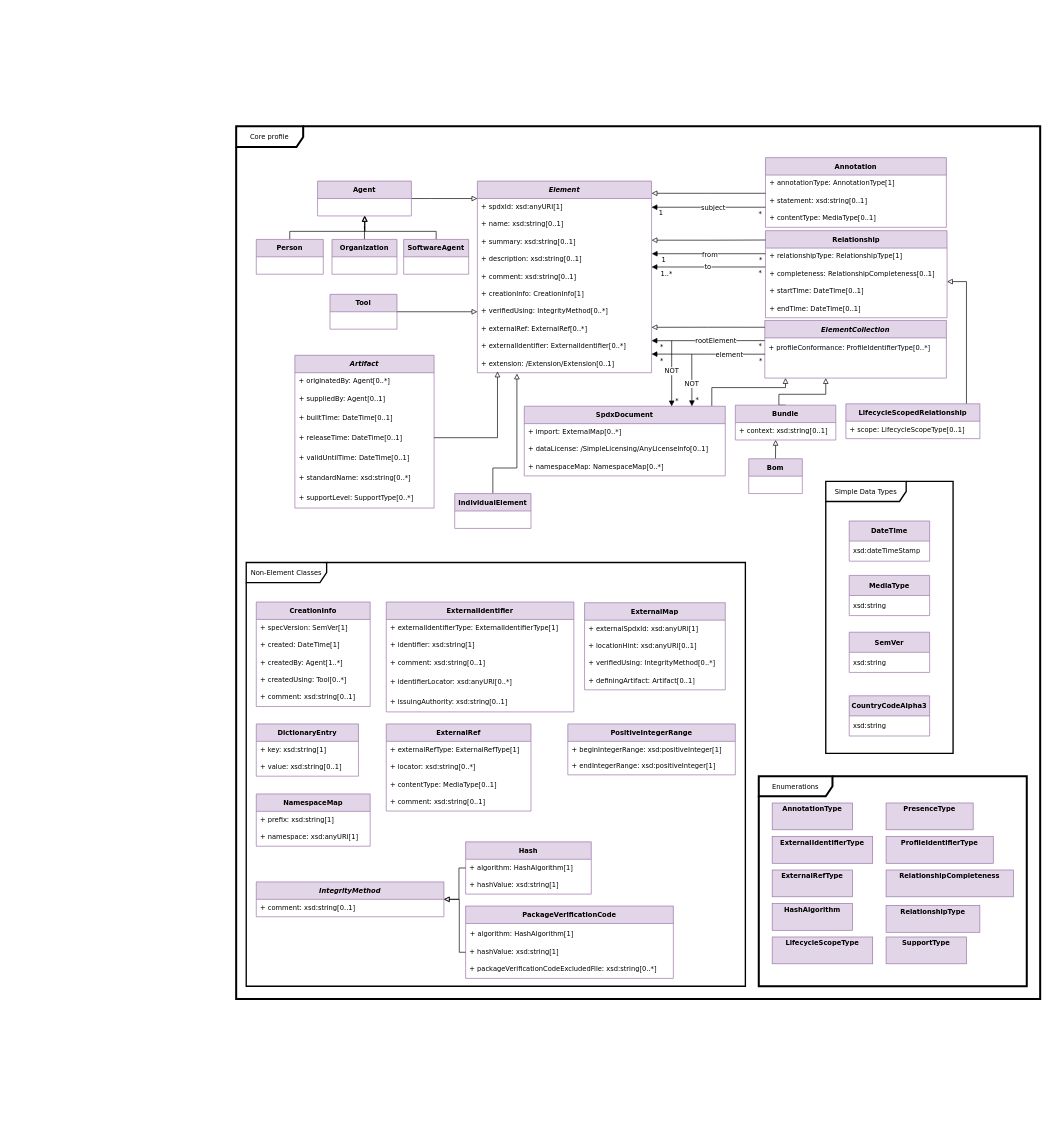
The draw.io diagram page "Core" (1 of 9) of docs/model.drawio in spdx/spdx-3-model, before the edit. Source tidied: cells renumbered, new cells numbered last; positions are measured from the earlier drawing's top-left corner, leaving out a move shared by most shapes. Both pictures are drawn from the tidied source at 67%, with x=0, y=0 at pixel (236, 126).
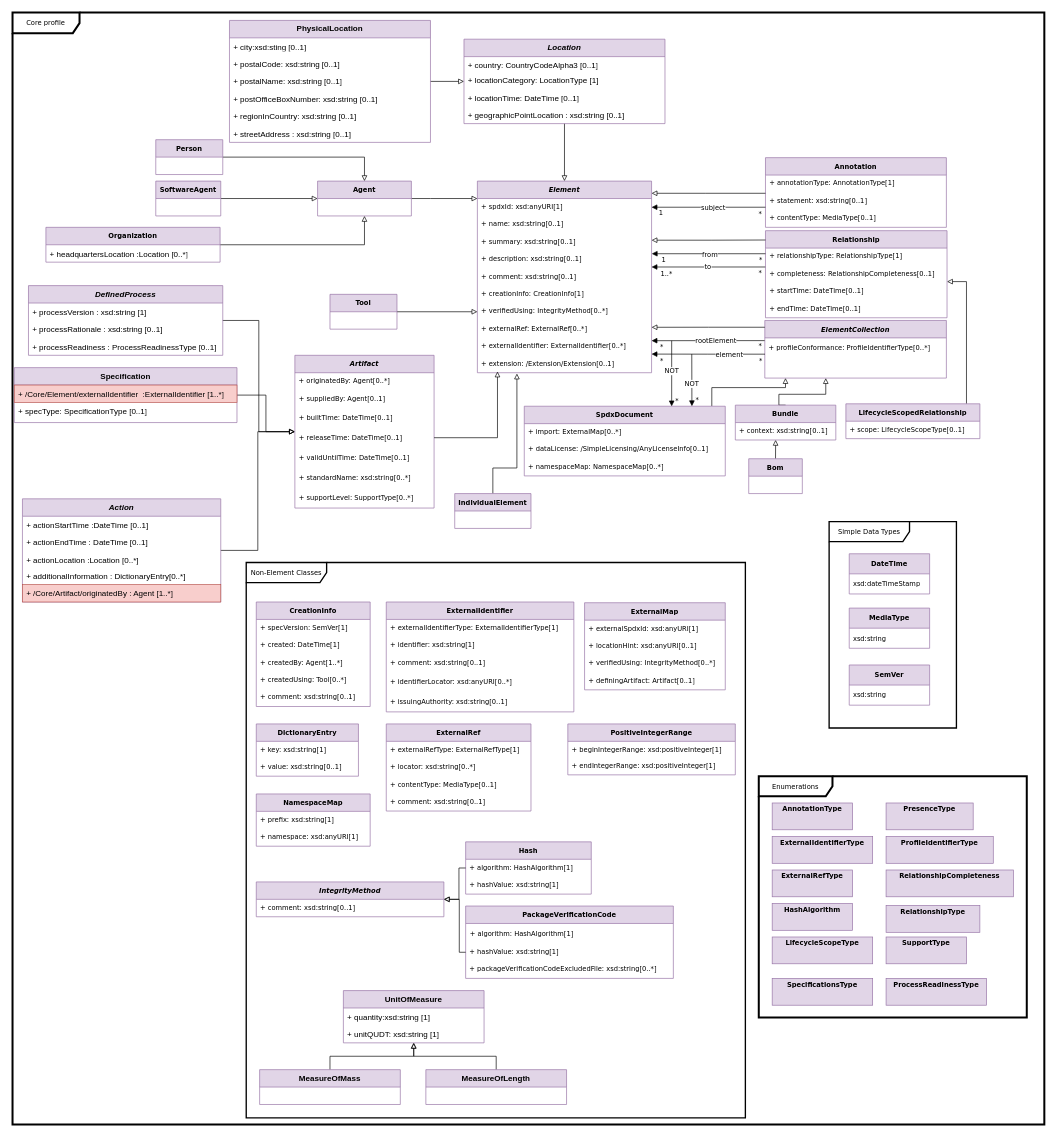
The same diagram, later.

Commit message:
set drawio to version from hardware-8e02304

Unchanged cells that the change refers to:
```xml
<mxCell id="4" value="Element" style="swimlane;fontStyle=3;horizontal=1;startSize=26;fillColor=#e1d5e7;strokeColor=#9673a6;fontFamily=Verdana;fontSize=10;" parent="1" vertex="1">
  <mxGeometry x="360" y="81.8" width="260" height="286" as="geometry" />
</mxCell>
<mxCell id="15" value="Artifact" style="swimlane;fontStyle=3;horizontal=1;startSize=26;fillColor=#e1d5e7;strokeColor=#9673a6;fontFamily=Verdana;fontSize=10;" parent="1" vertex="1">
  <mxGeometry x="87.6" y="341.8" width="207.8" height="228" as="geometry" />
</mxCell>
<mxCell id="73" value="Agent" style="swimlane;fontStyle=1;horizontal=1;startSize=26;fillColor=#e1d5e7;labelBackgroundColor=none;strokeColor=#9673a6;fontFamily=Verdana;fontSize=10;" parent="1" vertex="1">
  <mxGeometry x="121.5" y="81.8" width="140" height="52" as="geometry" />
</mxCell>
```

What changed in the source:
```diff
@@
     <mxCell id="2" value="Core profile" style="shape=umlFrame;whiteSpace=wrap;html=1;width=100;height=31;strokeWidth=3;fontFamily=Verdana;fontSize=10;" parent="1" vertex="1">
-      <mxGeometry width="1200" height="1302.5" as="geometry" />
+      <mxGeometry x="-333.8" y="-170" width="1540" height="1660" as="geometry" />
     </mxCell>
     <mxCell id="3" value="Simple Data Types" style="shape=umlFrame;whiteSpace=wrap;html=1;width=120;height=30;strokeWidth=2;fontFamily=Verdana;fontSize=10;fontStyle=0;" parent="1" vertex="1">
-      <mxGeometry x="880" y="530" width="190" height="406" as="geometry" />
+      <mxGeometry x="885" y="590" width="190" height="308" as="geometry" />
     </mxCell>
@@
-    <mxCell id="74" style="edgeStyle=orthogonalEdgeStyle;rounded=0;jettySize=auto;html=1;endArrow=block;endFill=0;fontFamily=Verdana;fontSize=10;" parent="1" edge="1" source="75" target="73">
-      <mxGeometry relative="1" as="geometry">
-        <Array as="points">
-          <mxPoint x="80" y="156.8" />
-          <mxPoint x="192" y="156.8" />
-        </Array>
-      </mxGeometry>
+    <mxCell id="74" style="edgeStyle=orthogonalEdgeStyle;rounded=0;jettySize=auto;html=1;endArrow=block;endFill=0;" parent="1" edge="1" source="75" target="73">
+      <mxGeometry relative="1" as="geometry" />
     </mxCell>
     <mxCell id="75" value="Person" style="swimlane;fontStyle=1;horizontal=1;startSize=26;fillColor=#e1d5e7;labelBackgroundColor=none;strokeColor=#9673a6;fontFamily=Verdana;fontSize=10;" parent="1" vertex="1">
-      <mxGeometry x="30" y="168.8" width="100" height="52" as="geometry" />
+      <mxGeometry x="-120" y="20" width="100" height="52" as="geometry" />
     </mxCell>
@@
     <mxCell id="77" value="Organization" style="swimlane;fontStyle=1;horizontal=1;startSize=26;fillColor=#e1d5e7;labelBackgroundColor=none;strokeColor=#9673a6;fontFamily=Verdana;fontSize=10;" parent="1" vertex="1">
-      <mxGeometry x="143" y="168.8" width="97" height="52" as="geometry" />
+      <mxGeometry x="-284" y="150.8" width="260" height="52" as="geometry" />
     </mxCell>
+    <mxCell id="153" value="&lt;span class=&quot;blob-code-inner blob-code-marker&quot;&gt;+ headquartersLocation :Location [0..*]&lt;/span&gt;" style="text;align=left;verticalAlign=top;spacingLeft=4;spacingRight=4;overflow=hidden;whiteSpace=wrap;html=1;" parent="77" vertex="1">
+      <mxGeometry y="26" width="260" height="26" as="geometry" />
+    </mxCell>
     <mxCell id="78" value="Non-Element Classes" style="shape=umlFrame;whiteSpace=wrap;html=1;width=120;height=30;strokeWidth=2;fontFamily=Verdana;fontSize=10;" parent="1" vertex="1">
-      <mxGeometry x="15" y="651" width="745" height="632.5" as="geometry" />
+      <mxGeometry x="15" y="651" width="745" height="829" as="geometry" />
     </mxCell>
@@
-    <mxCell id="113" style="edgeStyle=orthogonalEdgeStyle;rounded=0;jettySize=auto;html=1;endArrow=block;endFill=0;fontFamily=Verdana;fontSize=10;" parent="1" edge="1" source="114" target="73">
-      <mxGeometry relative="1" as="geometry">
-        <Array as="points">
-          <mxPoint x="299" y="156.8" />
-          <mxPoint x="192" y="156.8" />
-        </Array>
-      </mxGeometry>
+    <mxCell id="113" style="edgeStyle=orthogonalEdgeStyle;rounded=0;jettySize=auto;html=1;endArrow=block;endFill=0;" parent="1" edge="1" source="114" target="73">
+      <mxGeometry relative="1" as="geometry" />
     </mxCell>
     <mxCell id="114" value="SoftwareAgent" style="swimlane;fontStyle=1;horizontal=1;startSize=26;fillColor=#e1d5e7;labelBackgroundColor=none;strokeColor=#9673a6;fontFamily=Verdana;fontSize=10;" parent="1" vertex="1">
-      <mxGeometry x="250" y="168.8" width="97" height="52" as="geometry" />
+      <mxGeometry x="-120" y="81.8" width="97" height="52" as="geometry" />
     </mxCell>
@@
     <mxCell id="131" value="Enumerations" style="shape=umlFrame;whiteSpace=wrap;html=1;width=110;height=30;strokeWidth=3;fontFamily=Verdana;fontSize=10;fontStyle=0;" parent="1" vertex="1">
-      <mxGeometry x="780" y="970" width="400" height="313.5" as="geometry" />
+      <mxGeometry x="780" y="970" width="400" height="360" as="geometry" />
     </mxCell>
@@
     <mxCell id="143" value="&lt;b&gt;SemVer&lt;/b&gt;" style="swimlane;fontStyle=0;horizontal=1;startSize=30;whiteSpace=wrap;html=1;fontFamily=Verdana;fontSize=10;fillColor=#e1d5e7;strokeColor=#9673a6;" parent="1" vertex="1">
-      <mxGeometry x="915" y="755.1" width="120" height="60" as="geometry" />
+      <mxGeometry x="915" y="804" width="120" height="60" as="geometry" />
     </mxCell>
@@
     <mxCell id="145" value="&lt;b&gt;MediaType&lt;/b&gt;" style="swimlane;fontStyle=0;horizontal=1;startSize=30;whiteSpace=wrap;html=1;fontFamily=Verdana;fontSize=10;fillColor=#e1d5e7;strokeColor=#9673a6;" parent="1" vertex="1">
-      <mxGeometry x="915" y="670.3" width="120" height="60" as="geometry" />
+      <mxGeometry x="915" y="719.1" width="120" height="60" as="geometry" />
     </mxCell>
@@
     <mxCell id="147" value="&lt;b&gt;DateTime&lt;/b&gt;" style="swimlane;fontStyle=0;horizontal=1;startSize=30;whiteSpace=wrap;html=1;fontFamily=Verdana;fontSize=10;fillColor=#e1d5e7;strokeColor=#9673a6;" parent="1" vertex="1">
-      <mxGeometry x="915" y="589.1" width="120" height="60" as="geometry" />
+      <mxGeometry x="915" y="638" width="120" height="60" as="geometry" />
     </mxCell>
@@
-    <mxCell id="151" value="&lt;span style=&quot;text-align: left;&quot;&gt;&lt;b&gt;CountryCodeAlpha3&lt;/b&gt;&lt;/span&gt;" style="swimlane;fontStyle=0;horizontal=1;startSize=30;whiteSpace=wrap;html=1;fontFamily=Verdana;fontSize=10;fillColor=#e1d5e7;strokeColor=#9673a6;" parent="1" vertex="1">
-      <mxGeometry x="915" y="850" width="120" height="60" as="geometry" />
-    </mxCell>
-    <mxCell id="152" value="xsd:string" style="text;strokeColor=none;fillColor=none;align=left;verticalAlign=middle;spacingLeft=4;spacingRight=4;overflow=hidden;whiteSpace=wrap;html=1;fontFamily=Verdana;fontSize=10;" parent="151" vertex="1">
-      <mxGeometry y="30" width="120" height="30" as="geometry" />
-    </mxCell>
+    <mxCell id="154" value="&lt;b&gt;UnitOfMeasure&lt;/b&gt;" style="swimlane;fontStyle=0;horizontal=1;startSize=26;fillColor=#e1d5e7;whiteSpace=wrap;html=1;strokeColor=#9673a6;" parent="1" vertex="1">
+      <mxGeometry x="160" y="1290" width="210" height="78" as="geometry" />
+    </mxCell>
+    <mxCell id="155" value="+ quantity:xsd:string [1]" style="text;strokeColor=none;fillColor=none;align=left;verticalAlign=top;spacingLeft=4;spacingRight=4;overflow=hidden;whiteSpace=wrap;html=1;" parent="154" vertex="1">
+      <mxGeometry y="26" width="210" height="26" as="geometry" />
+    </mxCell>
+    <mxCell id="156" value="+ unitQUDT: xsd:string [1]" style="text;strokeColor=none;fillColor=none;align=left;verticalAlign=top;spacingLeft=4;spacingRight=4;overflow=hidden;whiteSpace=wrap;html=1;" parent="154" vertex="1">
+      <mxGeometry y="52" width="210" height="26" as="geometry" />
+    </mxCell>
+    <mxCell id="157" style="edgeStyle=orthogonalEdgeStyle;rounded=0;jettySize=auto;html=1;endArrow=block;endFill=0;startArrow=none;startFill=0;exitX=0.5;exitY=0;exitDx=0;exitDy=0;" parent="1" edge="1" source="158" target="154">
+      <mxGeometry relative="1" as="geometry" />
+    </mxCell>
+    <mxCell id="158" value="&lt;b&gt;&lt;span class=&quot;blob-code-inner blob-code-marker&quot;&gt;&lt;span class=&quot;pl-mh&quot;&gt;&lt;span class=&quot;pl-en&quot;&gt;MeasureOfLength&lt;/span&gt;&lt;/span&gt;&lt;/span&gt;&lt;/b&gt;" style="swimlane;fontStyle=0;horizontal=1;startSize=26;fillColor=#e1d5e7;whiteSpace=wrap;html=1;strokeColor=#9673a6;" parent="1" vertex="1">
+      <mxGeometry x="283.1" y="1408" width="210" height="52" as="geometry" />
+    </mxCell>
+    <mxCell id="159" style="edgeStyle=orthogonalEdgeStyle;rounded=0;jettySize=auto;html=1;endArrow=block;endFill=0;" parent="1" edge="1" source="160" target="154">
+      <mxGeometry relative="1" as="geometry" />
+    </mxCell>
+    <mxCell id="160" value="&lt;b&gt;&lt;span class=&quot;blob-code-inner blob-code-marker&quot;&gt;&lt;span class=&quot;pl-mh&quot;&gt;&lt;span class=&quot;pl-en&quot;&gt;MeasureOfMass&lt;/span&gt;&lt;/span&gt;&lt;/span&gt;&lt;/b&gt;" style="swimlane;fontStyle=0;horizontal=1;startSize=26;fillColor=#e1d5e7;whiteSpace=wrap;html=1;strokeColor=#9673a6;" parent="1" vertex="1">
+      <mxGeometry x="35" y="1408" width="210" height="52" as="geometry" />
+    </mxCell>
+    <mxCell id="161" style="edgeStyle=orthogonalEdgeStyle;rounded=0;jettySize=auto;html=1;endArrow=block;endFill=0;" parent="1" edge="1" source="162" target="15">
+      <mxGeometry relative="1" as="geometry" />
+    </mxCell>
+    <mxCell id="162" value="&lt;b&gt;&lt;i&gt;Action&lt;/i&gt;&lt;/b&gt;" style="swimlane;fontStyle=0;horizontal=1;startSize=26;fillColor=#e1d5e7;whiteSpace=wrap;html=1;strokeColor=#9673a6;" parent="1" vertex="1">
+      <mxGeometry x="-319" y="556" width="296" height="154" as="geometry" />
+    </mxCell>
+    <mxCell id="163" value="+ actionStartTime :DateTime [0..1]" style="text;strokeColor=none;fillColor=none;align=left;verticalAlign=top;spacingLeft=4;spacingRight=4;overflow=hidden;whiteSpace=wrap;html=1;" parent="162" vertex="1">
+      <mxGeometry y="26" width="296" height="26" as="geometry" />
+    </mxCell>
+    <mxCell id="164" value="+ actionEndTime :&amp;nbsp;DateTime [0..1] " style="text;strokeColor=none;fillColor=none;align=left;verticalAlign=top;spacingLeft=4;spacingRight=4;overflow=hidden;whiteSpace=wrap;html=1;" parent="162" vertex="1">
+      <mxGeometry y="52" width="296" height="26" as="geometry" />
+    </mxCell>
+    <mxCell id="165" value="&lt;div&gt;+ actionLocation :Location [0..*]&lt;/div&gt;" style="text;strokeColor=none;fillColor=none;align=left;verticalAlign=top;spacingLeft=4;spacingRight=4;overflow=hidden;whiteSpace=wrap;html=1;" parent="162" vertex="1">
+      <mxGeometry y="78" width="296" height="24" as="geometry" />
+    </mxCell>
+    <mxCell id="166" value="+ additionalInformation : DictionaryEntry[0..*]" style="text;strokeColor=none;fillColor=none;align=left;verticalAlign=top;spacingLeft=4;spacingRight=4;overflow=hidden;whiteSpace=wrap;html=1;" parent="162" vertex="1">
+      <mxGeometry y="102" width="296" height="26" as="geometry" />
+    </mxCell>
+    <mxCell id="167" value="+ /Core/Artifact/originatedBy : Agent [1..*]" style="text;strokeColor=#b85450;fillColor=#f8cecc;align=left;verticalAlign=top;spacingLeft=4;spacingRight=4;overflow=hidden;whiteSpace=wrap;html=1;labelBackgroundColor=none;" parent="162" vertex="1">
+      <mxGeometry y="128" width="296" height="26" as="geometry" />
+    </mxCell>
+    <mxCell id="168" style="edgeStyle=orthogonalEdgeStyle;rounded=0;jettySize=auto;html=1;endArrow=block;endFill=0;" parent="1" edge="1" source="169" target="15">
+      <mxGeometry relative="1" as="geometry" />
+    </mxCell>
+    <mxCell id="169" value="&lt;b&gt;&lt;i&gt;DefinedProcess&lt;/i&gt;&lt;/b&gt;" style="swimlane;fontStyle=0;horizontal=1;startSize=26;fillColor=#e1d5e7;whiteSpace=wrap;html=1;strokeColor=#9673a6;" parent="1" vertex="1">
+      <mxGeometry x="-310" y="237.8" width="290" height="104" as="geometry" />
+    </mxCell>
+    <mxCell id="170" value="+ processVersion :&amp;nbsp;xsd:string [1]" style="text;strokeColor=none;fillColor=none;align=left;verticalAlign=top;spacingLeft=4;spacingRight=4;overflow=hidden;whiteSpace=wrap;html=1;" parent="169" vertex="1">
+      <mxGeometry y="26" width="290" height="26" as="geometry" />
+    </mxCell>
+    <mxCell id="171" value="+ processRationale : xsd:string [0..1]" style="text;strokeColor=none;fillColor=none;align=left;verticalAlign=top;spacingLeft=4;spacingRight=4;overflow=hidden;whiteSpace=wrap;html=1;" parent="169" vertex="1">
+      <mxGeometry y="52" width="290" height="26" as="geometry" />
+    </mxCell>
+    <mxCell id="172" value="+ processReadiness : ProcessReadinessType [0..1]" style="text;strokeColor=none;fillColor=none;align=left;verticalAlign=top;spacingLeft=4;spacingRight=4;overflow=hidden;whiteSpace=wrap;html=1;" parent="169" vertex="1">
+      <mxGeometry y="78" width="290" height="26" as="geometry" />
+    </mxCell>
+    <mxCell id="173" style="edgeStyle=orthogonalEdgeStyle;rounded=0;jettySize=auto;html=1;endArrow=block;endFill=0;" parent="1" edge="1" source="174" target="15">
+      <mxGeometry relative="1" as="geometry" />
+    </mxCell>
+    <mxCell id="174" value="&lt;b&gt;Specification&lt;/b&gt;" style="swimlane;fontStyle=0;horizontal=1;startSize=26;fillColor=#e1d5e7;whiteSpace=wrap;html=1;strokeColor=#9673a6;" parent="1" vertex="1">
+      <mxGeometry x="-331.2" y="360.2" width="332.4" height="82" as="geometry" />
+    </mxCell>
+    <mxCell id="175" value="+ /Core/Element/externalIdentifier&amp;nbsp; :ExternalIdentifier [1..*]" style="text;strokeColor=#b85450;fillColor=#f8cecc;align=left;verticalAlign=top;spacingLeft=4;spacingRight=4;overflow=hidden;whiteSpace=wrap;html=1;" parent="174" vertex="1">
+      <mxGeometry y="26" width="332.4" height="26" as="geometry" />
+    </mxCell>
+    <mxCell id="176" value="+ specType: SpecificationType [0..1]" style="text;strokeColor=none;fillColor=none;align=left;verticalAlign=top;spacingLeft=4;spacingRight=4;overflow=hidden;whiteSpace=wrap;html=1;" parent="174" vertex="1">
+      <mxGeometry y="52" width="332.4" height="30" as="geometry" />
+    </mxCell>
+    <mxCell id="177" value="&lt;p style=&quot;margin: 4px 0px 0px; text-align: center;&quot;&gt;&lt;b&gt;&lt;font color=&quot;#000000&quot;&gt;SpecificationsType&lt;/font&gt;&lt;/b&gt;&lt;/p&gt;&lt;p style=&quot;margin: 0px ; margin-left: 8px&quot;&gt;&lt;br&gt;&lt;/p&gt;" style="verticalAlign=top;align=left;overflow=fill;fontSize=10;fontFamily=Verdana;html=1;fillColor=#e1d5e7;strokeColor=#9673a6;fontStyle=0;" parent="1" vertex="1">
+      <mxGeometry x="800" y="1271.8" width="150" height="40" as="geometry" />
+    </mxCell>
+    <mxCell id="178" value="&lt;p style=&quot;margin: 4px 0px 0px; text-align: center;&quot;&gt;&lt;b&gt;&lt;font color=&quot;#000000&quot;&gt;ProcessReadinessType&lt;/font&gt;&lt;/b&gt;&lt;/p&gt;&lt;p style=&quot;margin: 0px ; margin-left: 8px&quot;&gt;&lt;br&gt;&lt;/p&gt;" style="verticalAlign=top;align=left;overflow=fill;fontSize=10;fontFamily=Verdana;html=1;fillColor=#e1d5e7;strokeColor=#9673a6;fontStyle=0;" parent="1" vertex="1">
+      <mxGeometry x="970" y="1271.8" width="150" height="40" as="geometry" />
+    </mxCell>
+    <mxCell id="179" style="edgeStyle=orthogonalEdgeStyle;rounded=0;jettySize=auto;html=1;endArrow=block;endFill=0;" parent="1" edge="1" source="180" target="4">
+      <mxGeometry relative="1" as="geometry" />
+    </mxCell>
+    <mxCell id="180" value="&lt;b&gt;&lt;i&gt;Location&lt;/i&gt;&lt;/b&gt;" style="swimlane;fontStyle=0;horizontal=1;startSize=26;fillColor=#e1d5e7;whiteSpace=wrap;html=1;strokeColor=#9673a6;" parent="1" vertex="1">
+      <mxGeometry x="340" y="-130" width="300" height="126" as="geometry" />
+    </mxCell>
+    <mxCell id="181" value="+ country: &lt;span class=&quot;blob-code-inner blob-code-marker&quot;&gt;CountryCodeAlpha3 [0..1]&lt;/span&gt;" style="text;strokeColor=none;fillColor=none;align=left;verticalAlign=top;spacingLeft=4;spacingRight=4;overflow=hidden;whiteSpace=wrap;html=1;" parent="180" vertex="1">
+      <mxGeometry y="26" width="300" height="22" as="geometry" />
+    </mxCell>
+    <mxCell id="182" value="+ locationCategory: LocationType [1]" style="text;strokeColor=none;fillColor=none;align=left;verticalAlign=top;spacingLeft=4;spacingRight=4;overflow=hidden;whiteSpace=wrap;html=1;" parent="180" vertex="1">
+      <mxGeometry y="48" width="300" height="26" as="geometry" />
+    </mxCell>
+    <mxCell id="183" value="+ locationTime: DateTime [0..1]" style="text;strokeColor=none;fillColor=none;align=left;verticalAlign=top;spacingLeft=4;spacingRight=4;overflow=hidden;whiteSpace=wrap;html=1;" parent="180" vertex="1">
+      <mxGeometry y="74" width="300" height="26" as="geometry" />
+    </mxCell>
+    <mxCell id="184" value="+&amp;nbsp;&lt;span class=&quot;x x-first x-last&quot;&gt;geographicPointLocation&lt;/span&gt; : xsd:string [0..1]" style="text;strokeColor=none;fillColor=none;align=left;verticalAlign=top;spacingLeft=4;spacingRight=4;overflow=hidden;whiteSpace=wrap;html=1;" parent="180" vertex="1">
+      <mxGeometry y="100" width="300" height="26" as="geometry" />
+    </mxCell>
+    <mxCell id="185" style="edgeStyle=orthogonalEdgeStyle;rounded=0;jettySize=auto;html=1;endArrow=block;endFill=0;" parent="1" edge="1" source="186" target="180">
+      <mxGeometry relative="1" as="geometry" />
+    </mxCell>
+    <mxCell id="186" value="&lt;b&gt;PhysicalLocation&lt;/b&gt;" style="swimlane;fontStyle=0;horizontal=1;startSize=26;fillColor=#e1d5e7;whiteSpace=wrap;html=1;strokeColor=#9673a6;" parent="1" vertex="1">
+      <mxGeometry x="-10" y="-158" width="300" height="182" as="geometry" />
+    </mxCell>
+    <mxCell id="187" value="+ city:xsd:sting [0..1]" style="text;strokeColor=none;fillColor=none;align=left;verticalAlign=top;spacingLeft=4;spacingRight=4;overflow=hidden;whiteSpace=wrap;html=1;" parent="186" vertex="1">
+      <mxGeometry y="26" width="300" height="26" as="geometry" />
+    </mxCell>
+    <mxCell id="188" value="+ postalCode: xsd:string [0..1]" style="text;strokeColor=none;fillColor=none;align=left;verticalAlign=top;spacingLeft=4;spacingRight=4;overflow=hidden;whiteSpace=wrap;html=1;" parent="186" vertex="1">
+      <mxGeometry y="52" width="300" height="26" as="geometry" />
+    </mxCell>
+    <mxCell id="189" value="+ &lt;span&gt;postalName: xsd:string [0..1]&lt;/span&gt;" style="text;strokeColor=none;fillColor=none;align=left;verticalAlign=top;spacingLeft=4;spacingRight=4;overflow=hidden;whiteSpace=wrap;html=1;" parent="186" vertex="1">
+      <mxGeometry y="78" width="300" height="26" as="geometry" />
+    </mxCell>
+    <mxCell id="190" value="+ postOfficeBoxNumber: xsd:string [0..1]" style="text;strokeColor=none;fillColor=none;align=left;verticalAlign=top;spacingLeft=4;spacingRight=4;overflow=hidden;whiteSpace=wrap;html=1;" parent="186" vertex="1">
+      <mxGeometry y="104" width="300" height="26" as="geometry" />
+    </mxCell>
+    <mxCell id="191" value="+ regionIn&lt;span class=&quot;blob-code-inner blob-code-marker&quot;&gt;Country&lt;/span&gt;: xsd:string [0..1]" style="text;strokeColor=none;fillColor=none;align=left;verticalAlign=top;spacingLeft=4;spacingRight=4;overflow=hidden;whiteSpace=wrap;html=1;" parent="186" vertex="1">
+      <mxGeometry y="130" width="300" height="26" as="geometry" />
+    </mxCell>
+    <mxCell id="192" value="&lt;div&gt;+ streetAddress : xsd:string [0..1]&lt;/div&gt;" style="text;strokeColor=none;fillColor=none;align=left;verticalAlign=top;spacingLeft=4;spacingRight=4;overflow=hidden;whiteSpace=wrap;html=1;" parent="186" vertex="1">
+      <mxGeometry y="156" width="300" height="26" as="geometry" />
+    </mxCell>
```
